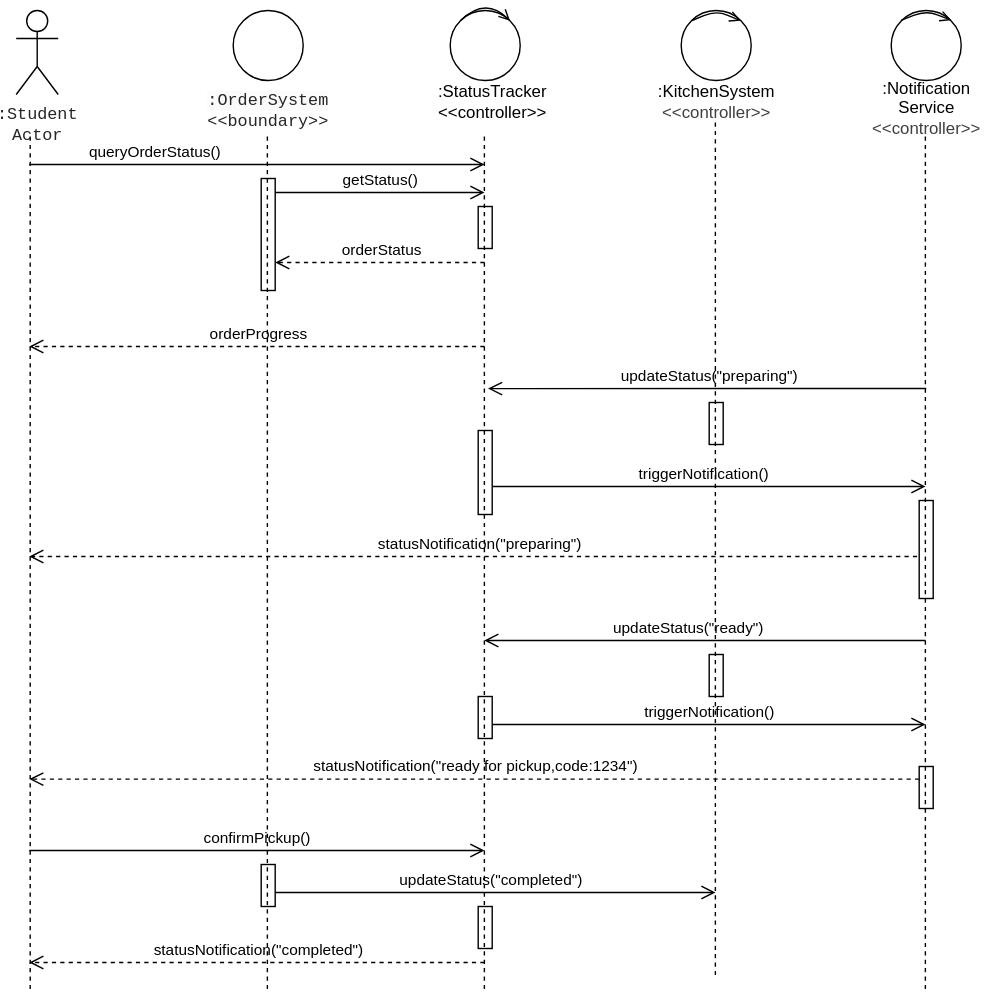
Above: Assignment2/diagrams/id_ordertrack.svg in qianlinnian/se_sad_project (draw.io), before the change. Source tidied: cells renumbered, new cells last; positions are measured from the earlier drawing's top-left corner, leaving out a move shared by most shapes.
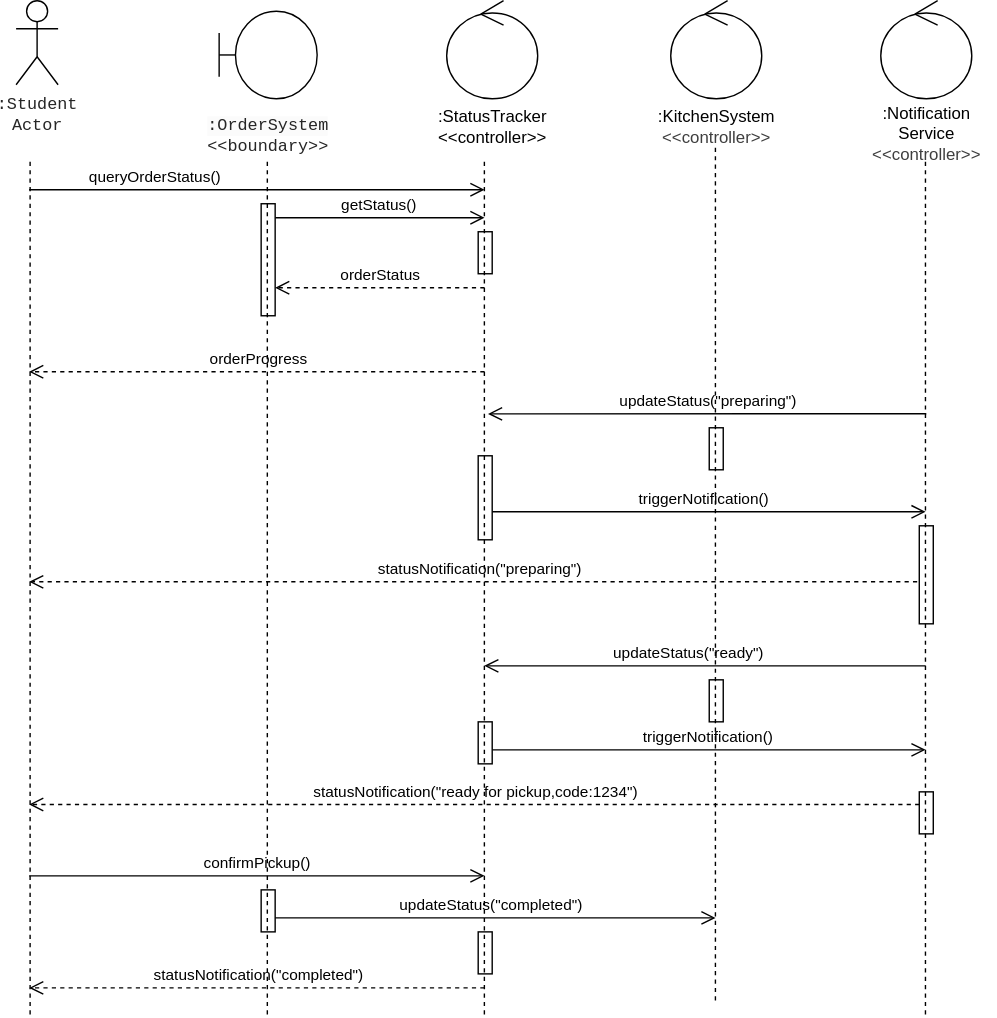
Above is the later version.

The edit, as a diff of the source:
```diff
@@ -189,42 +189,19 @@
       <mxGeometry x="600" y="50" width="100" height="60" as="geometry" />
     </mxCell>
     <mxCell id="34" value="&lt;span style=&quot;color: rgb(38, 38, 38); font-family: ui-monospace, SFMono-Regular, &amp;quot;SF Mono&amp;quot;, Menlo, Consolas, &amp;quot;Liberation Mono&amp;quot;, monospace; text-align: left; white-space: pre-wrap;&quot;&gt;:Student&lt;/span&gt;&lt;div&gt;&lt;span style=&quot;color: rgb(38, 38, 38); font-family: ui-monospace, SFMono-Regular, &amp;quot;SF Mono&amp;quot;, Menlo, Consolas, &amp;quot;Liberation Mono&amp;quot;, monospace; text-align: left; white-space: pre-wrap;&quot;&gt;Actor&lt;/span&gt;&lt;/div&gt;" style="shape=umlActor;verticalLabelPosition=bottom;verticalAlign=top;html=1;" parent="1" vertex="1">
-      <mxGeometry y="10" width="30" height="60" as="geometry" />
+      <mxGeometry y="-15" width="30" height="60" as="geometry" />
     </mxCell>
-    <mxCell id="35" style="ellipse;whiteSpace=wrap;html=1;" parent="1" vertex="1">
-      <mxGeometry x="155" y="10" width="50" height="50" as="geometry" />
-    </mxCell>
-    <mxCell id="36" style="ellipse;whiteSpace=wrap;html=1;" parent="1" vertex="1">
-      <mxGeometry x="310" y="10" width="50" height="50" as="geometry" />
-    </mxCell>
-    <mxCell id="37" style="ellipse;whiteSpace=wrap;html=1;" parent="1" vertex="1">
-      <mxGeometry x="475" y="10" width="50" height="50" as="geometry" />
-    </mxCell>
-    <mxCell id="38" style="ellipse;whiteSpace=wrap;html=1;" parent="1" vertex="1">
-      <mxGeometry x="625" y="10" width="50" height="50" as="geometry" />
-    </mxCell>
-    <mxCell id="39" style="edgeStyle=orthogonalEdgeStyle;html=1;exitX=0;exitY=0;exitDx=0;exitDy=0;entryX=1;entryY=0;entryDx=0;entryDy=0;curved=1;endArrow=open;endFill=0;" parent="1" edge="1" source="36" target="36">
-      <mxGeometry relative="1" as="geometry">
-        <Array as="points">
-          <mxPoint x="335" />
-        </Array>
-      </mxGeometry>
-    </mxCell>
-    <mxCell id="40" style="edgeStyle=none;html=1;exitX=0;exitY=0;exitDx=0;exitDy=0;entryX=1;entryY=0;entryDx=0;entryDy=0;endArrow=open;endFill=0;" parent="1" edge="1" source="37" target="37">
-      <mxGeometry relative="1" as="geometry">
-        <Array as="points">
-          <mxPoint x="500" y="10" />
-        </Array>
-      </mxGeometry>
-    </mxCell>
-    <mxCell id="41" style="edgeStyle=none;html=1;exitX=0;exitY=0;exitDx=0;exitDy=0;entryX=1;entryY=0;entryDx=0;entryDy=0;endArrow=open;endFill=0;" parent="1" edge="1">
-      <mxGeometry relative="1" as="geometry">
-        <mxPoint x="632" y="17" as="sourcePoint" />
-        <mxPoint x="668" y="17" as="targetPoint" />
-        <Array as="points">
-          <mxPoint x="650" y="10" />
-        </Array>
-      </mxGeometry>
-    </mxCell>
+    <mxCell id="42" style="shape=umlBoundary;whiteSpace=wrap;html=1;" parent="1" vertex="1">
+      <mxGeometry x="145" y="-7.5" width="70" height="62.5" as="geometry" />
+    </mxCell>
+    <mxCell id="43" style="ellipse;shape=umlControl;whiteSpace=wrap;html=1;" parent="1" vertex="1">
+      <mxGeometry x="307.5" y="-15" width="65" height="70" as="geometry" />
+    </mxCell>
+    <mxCell id="44" value="&lt;span style=&quot;font-family: monospace; font-size: 0px; text-align: start; text-wrap-mode: nowrap;&quot;&gt;%3CmxGraphModel%3E%3Croot%3E%3CmxCell%20id%3D%220%22%2F%3E%3CmxCell%20id%3D%221%22%20parent%3D%220%22%2F%3E%3CmxCell%20id%3D%222%22%20value%3D%22%22%20style%3D%22ellipse%3Bshape%3DumlControl%3BwhiteSpace%3Dwrap%3Bhtml%3D1%3B%22%20vertex%3D%221%22%20parent%3D%221%22%3E%3CmxGeometry%20x%3D%22597.5%22%20y%3D%22-25%22%20width%3D%2265%22%20height%3D%2270%22%20as%3D%22geometry%22%2F%3E%3C%2FmxCell%3E%3C%2Froot%3E%3C%2FmxGraphModel%3E&lt;/span&gt;" style="ellipse;shape=umlControl;whiteSpace=wrap;html=1;" parent="1" vertex="1">
+      <mxGeometry x="467.5" y="-15" width="65" height="70" as="geometry" />
+    </mxCell>
+    <mxCell id="45" style="ellipse;shape=umlControl;whiteSpace=wrap;html=1;" parent="1" vertex="1">
+      <mxGeometry x="617.5" y="-15" width="65" height="70" as="geometry" />
+    </mxCell>
   </root>
 </mxGraphModel>
```
